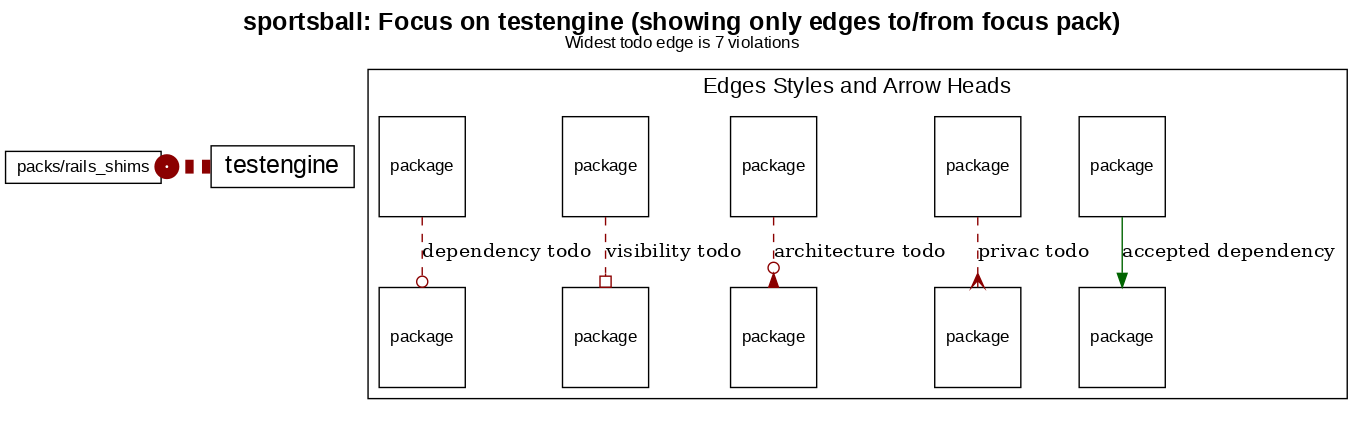
Above: c3s01/sportsball/diagrams/testengine_focus.png in shageman/package-based-rails-applications-book (Graphviz), before the change. Its source is kept beside it as c3s01/sportsball/diagrams/testengine_focus.dot.
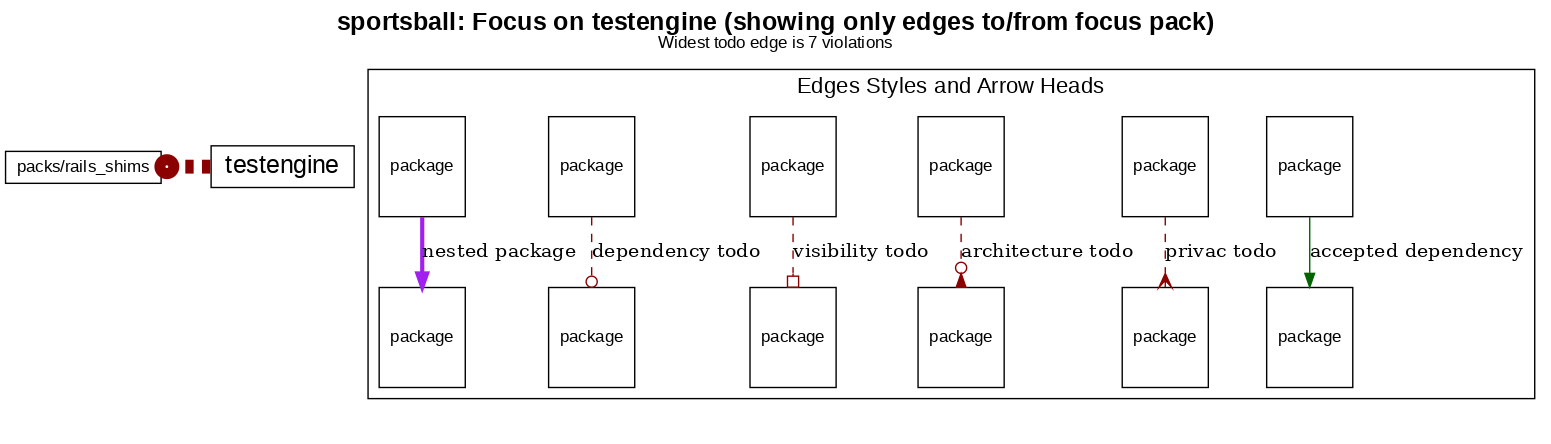
The same file after the commit.

Change to the diagram source:
```diff
@@ -61,11 +61,14 @@
     H [ fontsize=12 shape=box label="package"]
     I [ fontsize=12 shape=box label="package"]
     J [ fontsize=12 shape=box label="package"]
+    K [ fontsize=12 shape=box label="package"]
+    L [ fontsize=12 shape=box label="package"]
     A -> B [label="accepted dependency" color=darkgreen]
     C -> D [label="privac todo" color=darkred style=dashed arrowhead=crow]
     E -> F [label="architecture todo" color=darkred style=dashed arrowhead=invodot]
     G -> H [label="visibility todo" color=darkred style=dashed arrowhead=obox]
     I -> J [label="dependency todo" color=darkred style=dashed arrowhead=odot]
+    K -> L [label="nested package" color=purple penwidth=3]
   }
   subgraph cluster_teams_legend {
     fontsize=16
```
